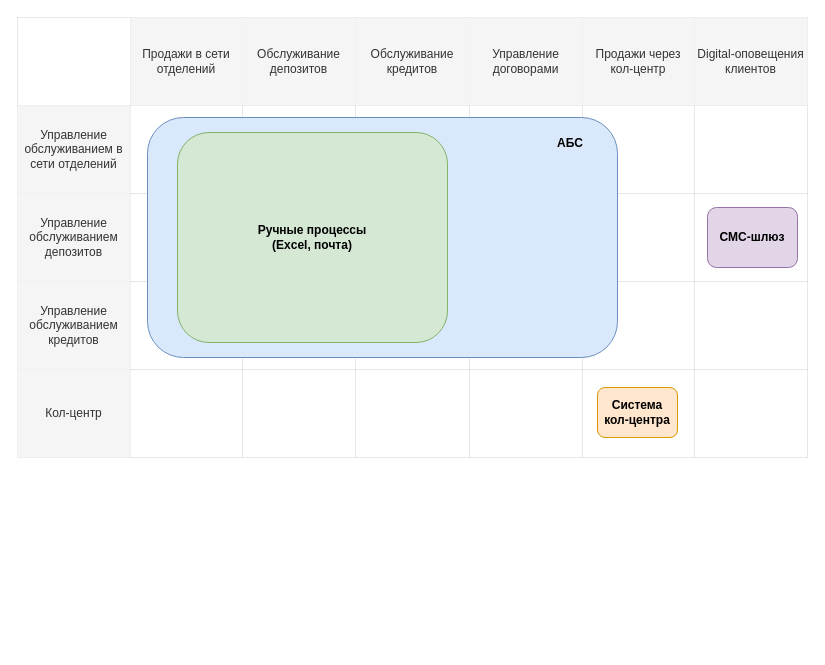
Before: page "it-landscape" (1 of 6) of diagrams.drawio in kmaslov/architecture-standart, a draw.io diagram. Source tidied: cells renumbered, new cells numbered last; positions are measured from the earlier drawing's top-left corner, leaving out a move shared by most shapes. Both pictures are drawn from the tidied source at 100%, with x=0, y=0 at pixel (17, 17).
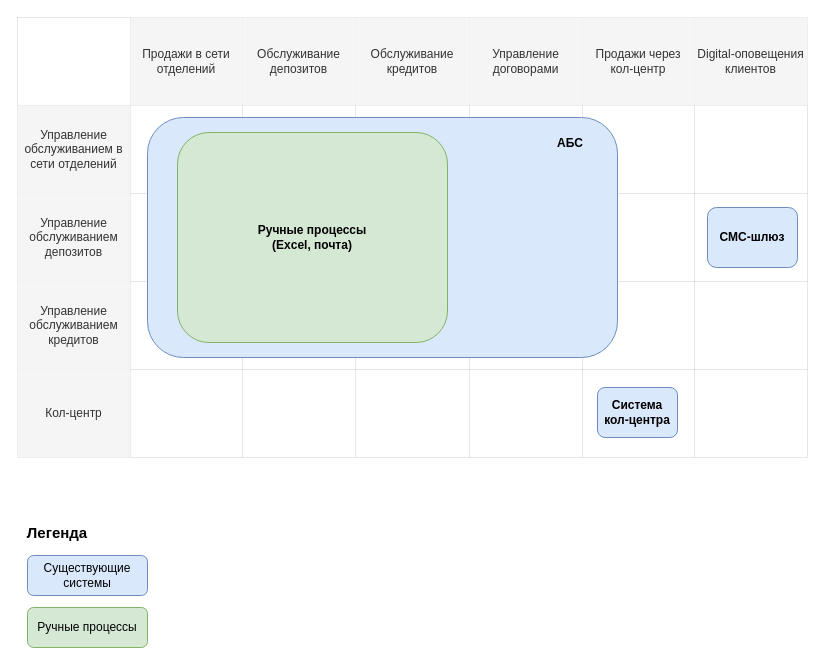
The same page after the edit.

What changed in the source:
```diff
@@
-    <mxCell id="44" value="Система&lt;br&gt;кол-центра" style="rounded=1;whiteSpace=wrap;html=1;fillColor=#ffe6cc;strokeColor=#d79b00;fontStyle=1;" parent="1" vertex="1">
+    <mxCell id="44" value="Система&lt;br&gt;кол-центра" style="rounded=1;whiteSpace=wrap;html=1;fillColor=#dae8fc;strokeColor=#6c8ebf;fontStyle=1;" parent="1" vertex="1">
       <mxGeometry x="580" y="370" width="80" height="50" as="geometry" />
     </mxCell>
-    <mxCell id="45" value="СМС-шлюз" style="rounded=1;whiteSpace=wrap;html=1;fillColor=#e1d5e7;strokeColor=#9673a6;fontStyle=1;" parent="1" vertex="1">
+    <mxCell id="45" value="СМС-шлюз" style="rounded=1;whiteSpace=wrap;html=1;fillColor=#dae8fc;strokeColor=#6c8ebf;fontStyle=1;" parent="1" vertex="1">
       <mxGeometry x="690" y="190" width="90" height="60" as="geometry" />
     </mxCell>
@@
+    <mxCell id="48" value="Легенда" style="text;html=1;align=center;verticalAlign=middle;whiteSpace=wrap;rounded=0;fontStyle=1;fontSize=15;" parent="1" vertex="1">
+      <mxGeometry x="10" y="500" width="60" height="30" as="geometry" />
+    </mxCell>
+    <mxCell id="49" value="Существующие системы" style="rounded=1;whiteSpace=wrap;html=1;fillColor=#dae8fc;strokeColor=#6c8ebf;" parent="1" vertex="1">
+      <mxGeometry x="10" y="538" width="120" height="40" as="geometry" />
+    </mxCell>
+    <mxCell id="50" value="Ручные процессы" style="rounded=1;whiteSpace=wrap;html=1;fillColor=#d5e8d4;strokeColor=#82b366;" parent="1" vertex="1">
+      <mxGeometry x="10" y="590" width="120" height="40" as="geometry" />
+    </mxCell>
```
